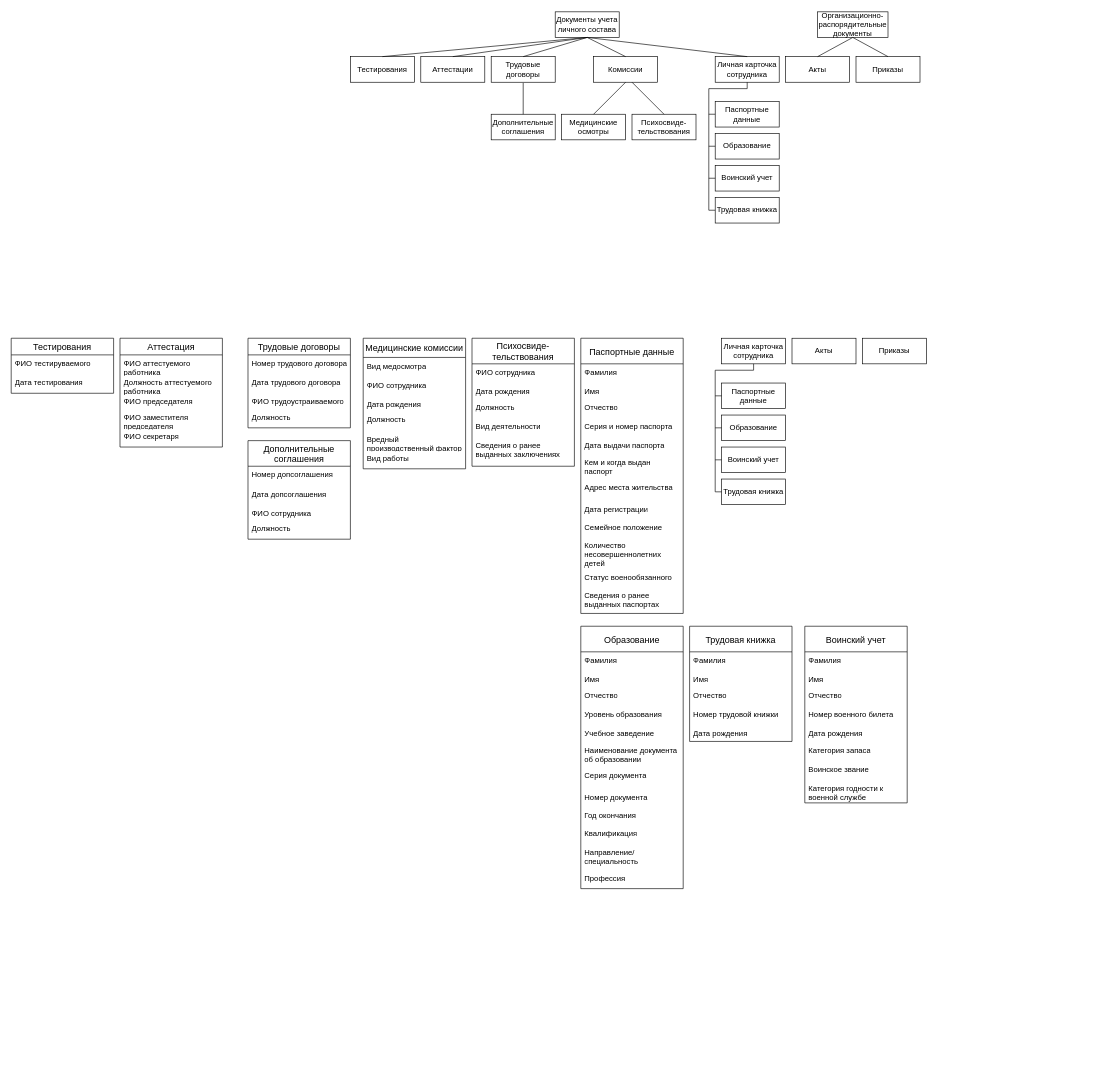
Earlier version of the draw.io diagram Сущностьсвязь.drawio (lyudmilareshetyuk/draw.io). Source tidied: cells renumbered, new cells numbered last; positions are measured from the earlier drawing's top-left corner, leaving out a move shared by most shapes. Both pictures are drawn from the tidied source at 64%, with x=0, y=0 at pixel (11, 12).
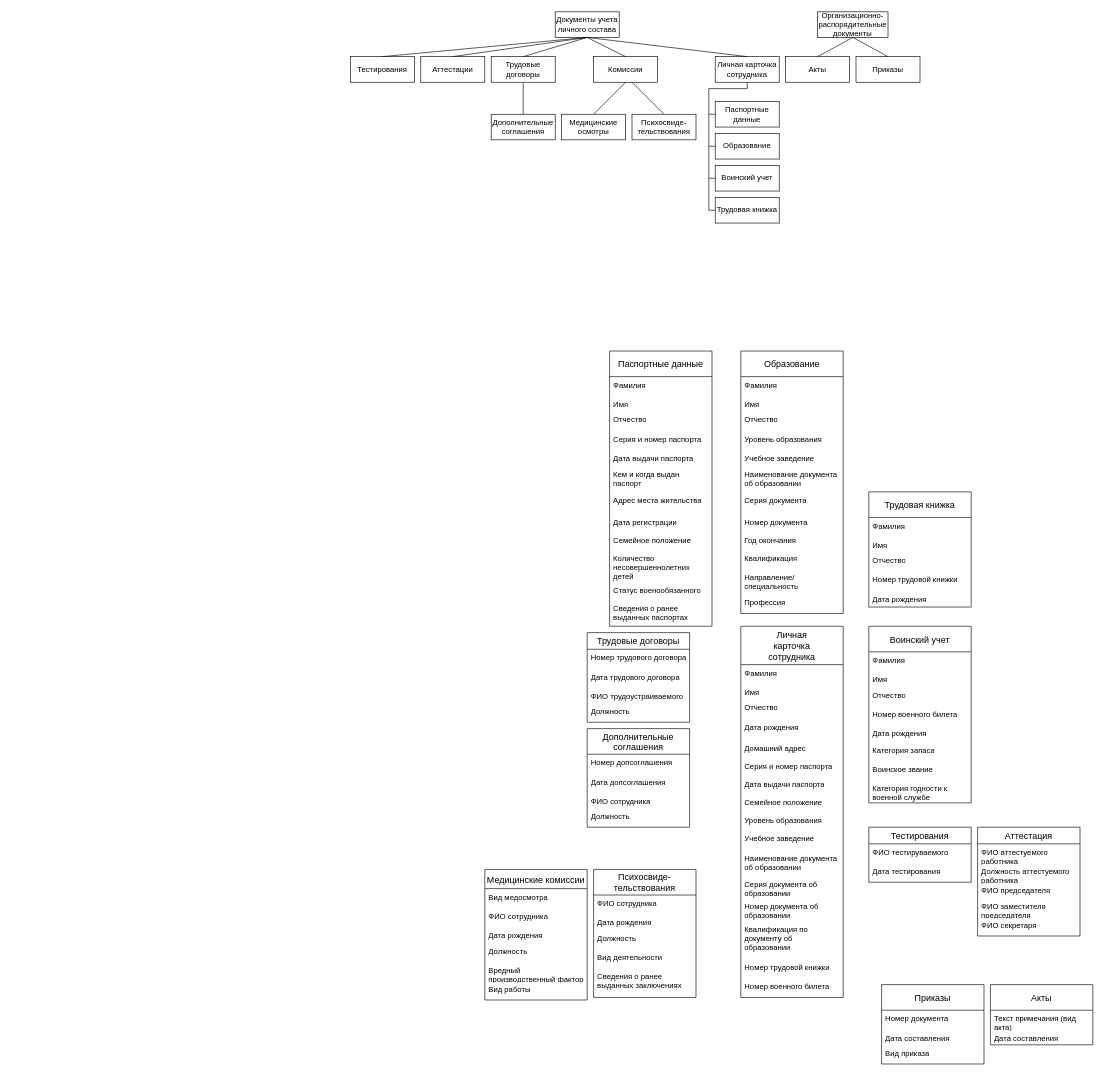
The same diagram, later.

Diff of the diagram source:
```diff
@@
-    <mxCell id="35" value="Личная карточка сотрудника" style="whiteSpace=wrap;html=1;align=center;" parent="1" vertex="1">
-      <mxGeometry x="1110" y="510" width="100" height="40" as="geometry" />
-    </mxCell>
-    <mxCell id="36" value="Паспортные данные" style="whiteSpace=wrap;html=1;align=center;" parent="1" vertex="1">
-      <mxGeometry x="1110" y="580" width="100" height="40" as="geometry" />
-    </mxCell>
-    <mxCell id="37" value="Образование" style="whiteSpace=wrap;html=1;align=center;" parent="1" vertex="1">
-      <mxGeometry x="1110" y="630" width="100" height="40" as="geometry" />
-    </mxCell>
-    <mxCell id="38" value="Воинский учет" style="whiteSpace=wrap;html=1;align=center;" parent="1" vertex="1">
-      <mxGeometry x="1110" y="680" width="100" height="40" as="geometry" />
-    </mxCell>
-    <mxCell id="39" value="Трудовая книжка" style="whiteSpace=wrap;html=1;align=center;" parent="1" vertex="1">
-      <mxGeometry x="1110" y="730" width="100" height="40" as="geometry" />
-    </mxCell>
-    <mxCell id="40" value="Акты" style="whiteSpace=wrap;html=1;align=center;" parent="1" vertex="1">
-      <mxGeometry x="1220" y="510" width="100" height="40" as="geometry" />
-    </mxCell>
-    <mxCell id="41" value="Приказы" style="whiteSpace=wrap;html=1;align=center;" parent="1" vertex="1">
-      <mxGeometry x="1330" y="510" width="100" height="40" as="geometry" />
-    </mxCell>
-    <mxCell id="42" style="endArrow=none;html=1;rounded=0;exitX=0.5;exitY=1;exitDx=0;exitDy=0;" parent="1" edge="1" source="35">
-      <mxGeometry relative="1" as="geometry">
-        <mxPoint x="1160" y="560" as="targetPoint" />
-      </mxGeometry>
-    </mxCell>
-    <mxCell id="43" style="endArrow=none;html=1;rounded=0;" parent="1" edge="1">
-      <mxGeometry relative="1" as="geometry">
-        <mxPoint x="1160" y="560" as="sourcePoint" />
-        <mxPoint x="1100" y="560" as="targetPoint" />
-      </mxGeometry>
-    </mxCell>
-    <mxCell id="44" style="endArrow=none;html=1;rounded=0;" parent="1" edge="1">
-      <mxGeometry relative="1" as="geometry">
-        <mxPoint x="1100" y="560" as="sourcePoint" />
-        <mxPoint x="1100" y="750" as="targetPoint" />
-      </mxGeometry>
-    </mxCell>
-    <mxCell id="45" style="endArrow=none;html=1;rounded=0;entryX=0;entryY=0.5;entryDx=0;entryDy=0;" parent="1" edge="1" target="39">
-      <mxGeometry relative="1" as="geometry">
-        <mxPoint x="1100" y="750" as="sourcePoint" />
-      </mxGeometry>
-    </mxCell>
-    <mxCell id="46" style="endArrow=none;html=1;rounded=0;entryX=0;entryY=0.5;entryDx=0;entryDy=0;" parent="1" edge="1" target="38">
-      <mxGeometry relative="1" as="geometry">
-        <mxPoint x="1100" y="700" as="sourcePoint" />
-      </mxGeometry>
-    </mxCell>
-    <mxCell id="47" style="endArrow=none;html=1;rounded=0;entryX=0;entryY=0.5;entryDx=0;entryDy=0;" parent="1" edge="1" target="37">
-      <mxGeometry relative="1" as="geometry">
-        <mxPoint x="1100" y="650" as="sourcePoint" />
-      </mxGeometry>
-    </mxCell>
-    <mxCell id="48" style="endArrow=none;html=1;rounded=0;" parent="1" edge="1">
-      <mxGeometry relative="1" as="geometry">
-        <mxPoint x="1100" y="600" as="sourcePoint" />
-        <mxPoint x="1110" y="600" as="targetPoint" />
-      </mxGeometry>
-    </mxCell>
     <mxCell id="49" value="Тестирования" style="swimlane;fontStyle=0;horizontal=1;startSize=26;align=center;fontSize=14;" parent="1" vertex="1">
-      <mxGeometry y="510" width="160" height="86" as="geometry" />
+      <mxGeometry x="1340" y="1274" width="160" height="86" as="geometry" />
     </mxCell>
@@
     <mxCell id="52" value="Аттестация" style="swimlane;fontStyle=0;horizontal=1;startSize=26;align=center;fontSize=14;" parent="1" vertex="1">
-      <mxGeometry x="170" y="510" width="160" height="170" as="geometry" />
+      <mxGeometry x="1510" y="1274" width="160" height="170" as="geometry" />
     </mxCell>
@@
     <mxCell id="58" value="Трудовые договоры" style="swimlane;fontStyle=0;horizontal=1;startSize=26;align=center;fontSize=14;" parent="1" vertex="1">
-      <mxGeometry x="370" y="510" width="160" height="140" as="geometry" />
+      <mxGeometry x="900" y="970" width="160" height="140" as="geometry" />
     </mxCell>
@@
     <mxCell id="63" value="Дополнительные&#10;соглашения" style="swimlane;fontStyle=0;horizontal=1;startSize=40;align=center;fontSize=14;" parent="1" vertex="1">
-      <mxGeometry x="370" y="670" width="160" height="154" as="geometry" />
+      <mxGeometry x="900" y="1120" width="160" height="154" as="geometry" />
     </mxCell>
@@
     <mxCell id="68" value="Медицинские комиссии" style="swimlane;fontStyle=0;horizontal=1;startSize=30;align=center;fontSize=14;" parent="1" vertex="1">
-      <mxGeometry x="550" y="510" width="160" height="204" as="geometry" />
+      <mxGeometry x="740" y="1340" width="160" height="204" as="geometry" />
     </mxCell>
@@
     <mxCell id="75" value="Психосвиде-&#10;тельствования" style="swimlane;fontStyle=0;horizontal=1;startSize=40;align=center;fontSize=14;" parent="1" vertex="1">
-      <mxGeometry x="720" y="510" width="160" height="200" as="geometry" />
+      <mxGeometry x="910" y="1340" width="160" height="200" as="geometry" />
     </mxCell>
@@
     <mxCell id="81" value="Паспортные данные" style="swimlane;fontStyle=0;horizontal=1;startSize=40;align=center;fontSize=14;" parent="1" vertex="1">
-      <mxGeometry x="890" y="510" width="160" height="430" as="geometry" />
+      <mxGeometry x="935" y="530" width="160" height="430" as="geometry" />
     </mxCell>
@@
     <mxCell id="94" value="Образование" style="swimlane;fontStyle=0;horizontal=1;startSize=40;align=center;fontSize=14;" parent="1" vertex="1">
-      <mxGeometry x="890" y="960" width="160" height="410" as="geometry" />
+      <mxGeometry x="1140" y="530" width="160" height="410" as="geometry" />
     </mxCell>
@@
     <mxCell id="107" value="Трудовая книжка" style="swimlane;fontStyle=0;horizontal=1;startSize=40;align=center;fontSize=14;" parent="1" vertex="1">
-      <mxGeometry x="1060" y="960" width="160" height="180" as="geometry" />
+      <mxGeometry x="1340" y="750" width="160" height="180" as="geometry" />
     </mxCell>
@@
     <mxCell id="113" value="Воинский учет" style="swimlane;fontStyle=0;horizontal=1;startSize=40;align=center;fontSize=14;" parent="1" vertex="1">
-      <mxGeometry x="1240" y="960" width="160" height="276" as="geometry" />
+      <mxGeometry x="1340" y="960" width="160" height="276" as="geometry" />
     </mxCell>
@@
+    <mxCell id="41" value="Приказы" style="swimlane;fontStyle=0;horizontal=1;startSize=40;align=center;fontSize=14;" parent="1" vertex="1">
+      <mxGeometry x="1360" y="1520" width="160" height="124" as="geometry" />
+    </mxCell>
+    <mxCell id="122" value="Номер документа" style="text;strokeColor=none;fillColor=none;spacingLeft=4;spacingRight=4;overflow=hidden;fontSize=12;whiteSpace=wrap;html=1;" parent="41" vertex="1">
+      <mxGeometry y="40" width="160" height="30" as="geometry" />
+    </mxCell>
+    <mxCell id="123" value="Дата составления" style="text;strokeColor=none;fillColor=none;spacingLeft=4;spacingRight=4;overflow=hidden;fontSize=12;whiteSpace=wrap;html=1;" parent="41" vertex="1">
+      <mxGeometry y="70" width="160" height="24" as="geometry" />
+    </mxCell>
+    <mxCell id="124" value="Вид приказа" style="text;strokeColor=none;fillColor=none;spacingLeft=4;spacingRight=4;overflow=hidden;fontSize=12;whiteSpace=wrap;html=1;" parent="41" vertex="1">
+      <mxGeometry y="94" width="160" height="30" as="geometry" />
+    </mxCell>
+    <mxCell id="40" value="Акты" style="swimlane;fontStyle=0;horizontal=1;startSize=40;align=center;fontSize=14;" parent="1" vertex="1">
+      <mxGeometry x="1530" y="1520" width="160" height="94" as="geometry" />
+    </mxCell>
+    <mxCell id="125" value="Текст примечания (вид акта)" style="text;strokeColor=none;fillColor=none;spacingLeft=4;spacingRight=4;overflow=hidden;fontSize=12;whiteSpace=wrap;html=1;" parent="40" vertex="1">
+      <mxGeometry y="40" width="160" height="30" as="geometry" />
+    </mxCell>
+    <mxCell id="126" value="Дата составления" style="text;strokeColor=none;fillColor=none;spacingLeft=4;spacingRight=4;overflow=hidden;fontSize=12;whiteSpace=wrap;html=1;" parent="40" vertex="1">
+      <mxGeometry y="70" width="160" height="24" as="geometry" />
+    </mxCell>
+    <mxCell id="35" value="Личная&#10;карточка&#10;сотрудника" style="swimlane;fontStyle=0;horizontal=1;startSize=60;align=center;fontSize=14;" parent="1" vertex="1">
+      <mxGeometry x="1140" y="960" width="160" height="580" as="geometry" />
+    </mxCell>
+    <mxCell id="127" value="Фамилия" style="text;strokeColor=none;fillColor=none;spacingLeft=4;spacingRight=4;overflow=hidden;fontSize=12;whiteSpace=wrap;html=1;" parent="35" vertex="1">
+      <mxGeometry y="60" width="160" height="30" as="geometry" />
+    </mxCell>
+    <mxCell id="128" value="Имя" style="text;strokeColor=none;fillColor=none;spacingLeft=4;spacingRight=4;overflow=hidden;fontSize=12;whiteSpace=wrap;html=1;" parent="35" vertex="1">
+      <mxGeometry y="90" width="160" height="24" as="geometry" />
+    </mxCell>
+    <mxCell id="129" value="Отчество" style="text;strokeColor=none;fillColor=none;spacingLeft=4;spacingRight=4;overflow=hidden;fontSize=12;whiteSpace=wrap;html=1;" parent="35" vertex="1">
+      <mxGeometry y="114" width="160" height="30" as="geometry" />
+    </mxCell>
+    <mxCell id="130" value="Дата рождения" style="text;strokeColor=none;fillColor=none;spacingLeft=4;spacingRight=4;overflow=hidden;fontSize=12;whiteSpace=wrap;html=1;" parent="35" vertex="1">
+      <mxGeometry y="144" width="160" height="34" as="geometry" />
+    </mxCell>
+    <mxCell id="131" value="Домашний адрес" style="text;strokeColor=none;fillColor=none;spacingLeft=4;spacingRight=4;overflow=hidden;fontSize=12;whiteSpace=wrap;html=1;" parent="35" vertex="1">
+      <mxGeometry y="178" width="160" height="28" as="geometry" />
+    </mxCell>
+    <mxCell id="132" value="Серия и номер паспорта" style="text;strokeColor=none;fillColor=none;spacingLeft=4;spacingRight=4;overflow=hidden;fontSize=12;whiteSpace=wrap;html=1;" parent="35" vertex="1">
+      <mxGeometry y="206" width="160" height="28" as="geometry" />
+    </mxCell>
+    <mxCell id="133" value="Дата выдачи паспорта" style="text;strokeColor=none;fillColor=none;spacingLeft=4;spacingRight=4;overflow=hidden;fontSize=12;whiteSpace=wrap;html=1;" parent="35" vertex="1">
+      <mxGeometry y="234" width="160" height="28" as="geometry" />
+    </mxCell>
+    <mxCell id="134" value="Семейное положение" style="text;strokeColor=none;fillColor=none;spacingLeft=4;spacingRight=4;overflow=hidden;fontSize=12;whiteSpace=wrap;html=1;" parent="35" vertex="1">
+      <mxGeometry y="262" width="160" height="28" as="geometry" />
+    </mxCell>
+    <mxCell id="135" value="Уровень образования" style="text;strokeColor=none;fillColor=none;spacingLeft=4;spacingRight=4;overflow=hidden;fontSize=12;whiteSpace=wrap;html=1;" parent="35" vertex="1">
+      <mxGeometry y="290" width="160" height="28" as="geometry" />
+    </mxCell>
+    <mxCell id="136" value="Учебное заведение" style="text;strokeColor=none;fillColor=none;spacingLeft=4;spacingRight=4;overflow=hidden;fontSize=12;whiteSpace=wrap;html=1;" parent="35" vertex="1">
+      <mxGeometry y="318" width="160" height="32" as="geometry" />
+    </mxCell>
+    <mxCell id="137" value="Наименование документа об образовании" style="text;strokeColor=none;fillColor=none;spacingLeft=4;spacingRight=4;overflow=hidden;fontSize=12;whiteSpace=wrap;html=1;" parent="35" vertex="1">
+      <mxGeometry y="350" width="160" height="40" as="geometry" />
+    </mxCell>
+    <mxCell id="138" value="Серия документа об образовании" style="text;strokeColor=none;fillColor=none;spacingLeft=4;spacingRight=4;overflow=hidden;fontSize=12;whiteSpace=wrap;html=1;" parent="35" vertex="1">
+      <mxGeometry y="390" width="160" height="34" as="geometry" />
+    </mxCell>
+    <mxCell id="139" value="Номер документа об образовании" style="text;strokeColor=none;fillColor=none;spacingLeft=4;spacingRight=4;overflow=hidden;fontSize=12;whiteSpace=wrap;html=1;" parent="35" vertex="1">
+      <mxGeometry y="424" width="160" height="36" as="geometry" />
+    </mxCell>
+    <mxCell id="140" value="Квалификация по документу об образовании" style="text;strokeColor=none;fillColor=none;spacingLeft=4;spacingRight=4;overflow=hidden;fontSize=12;whiteSpace=wrap;html=1;" parent="35" vertex="1">
+      <mxGeometry y="460" width="160" height="60" as="geometry" />
+    </mxCell>
+    <mxCell id="141" value="Номер трудовой книжки" style="text;strokeColor=none;fillColor=none;spacingLeft=4;spacingRight=4;overflow=hidden;fontSize=12;whiteSpace=wrap;html=1;" parent="35" vertex="1">
+      <mxGeometry y="520" width="160" height="30" as="geometry" />
+    </mxCell>
+    <mxCell id="142" value="Номер военного билета" style="text;strokeColor=none;fillColor=none;spacingLeft=4;spacingRight=4;overflow=hidden;fontSize=12;whiteSpace=wrap;html=1;" parent="35" vertex="1">
+      <mxGeometry y="550" width="160" height="30" as="geometry" />
+    </mxCell>
```
